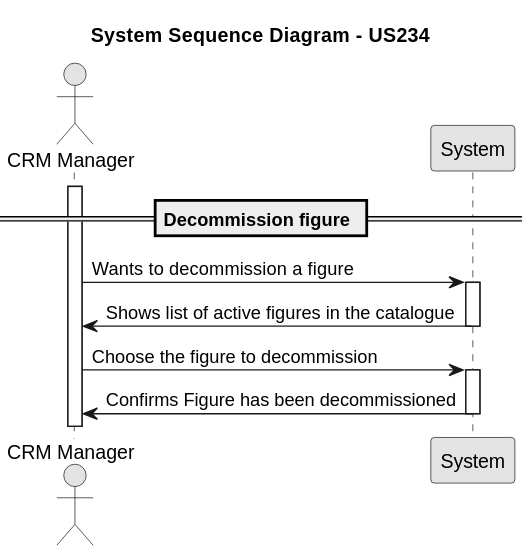
Above: docs/Sprint2/us_234/images/system-sequence-diagram-US234.svg in rubenFreitas1/ISEP-LAPR4-2024-2025 (PlantUML), before the change. Source of this version:
```plantuml
@startuml
skinparam monochrome true
skinparam packageStyle rectangle
skinparam shadowing false

actor "CRM Manager" as showDesigner
participant "System" as system

title System Sequence Diagram - US234

== Decommission figure ==
activate showDesigner

showDesigner -> system : Wants to decommission a figure
activate system

system -> showDesigner : Shows list of active figures in the catalogue
deactivate system
showDesigner -> system : Choose the figure to decommission

activate system

system -> showDesigner : Confirms Figure has been decommissioned
deactivate system
@enduml
```
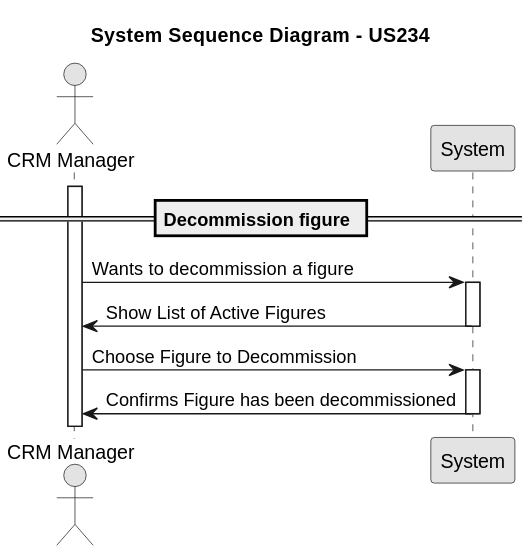
Later version of the same file.

What changed in the source:
```diff
@@ -3,23 +3,23 @@
 skinparam packageStyle rectangle
 skinparam shadowing false
 
-actor "CRM Manager" as showDesigner
+actor "CRM Manager" as crmManager
 participant "System" as system
 
 title System Sequence Diagram - US234
 
 == Decommission figure ==
-activate showDesigner
+activate crmManager
 
-showDesigner -> system : Wants to decommission a figure
+crmManager -> system : Wants to decommission a figure
 activate system
 
-system -> showDesigner : Shows list of active figures in the catalogue
+system -> crmManager : Show List of Active Figures
 deactivate system
-showDesigner -> system : Choose the figure to decommission
+crmManager -> system : Choose Figure to Decommission
 
 activate system
 
-system -> showDesigner : Confirms Figure has been decommissioned
+system -> crmManager : Confirms Figure has been decommissioned
 deactivate system
 @enduml
```
